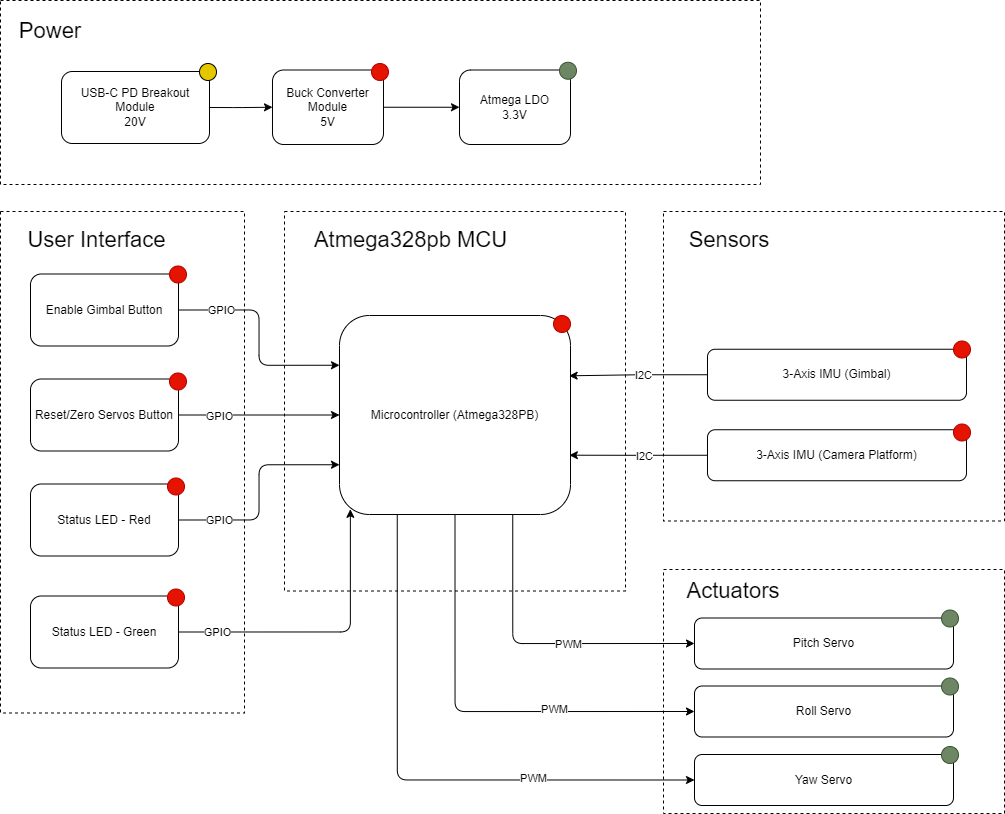
The draw.io diagram Images/System Block Diagram.drawio.png in upenn-embedded/final-project-s26-t10, before a commit. Source tidied: cells renumbered, new cells last; positions are measured from the earlier drawing's top-left corner, leaving out a move shared by most shapes.
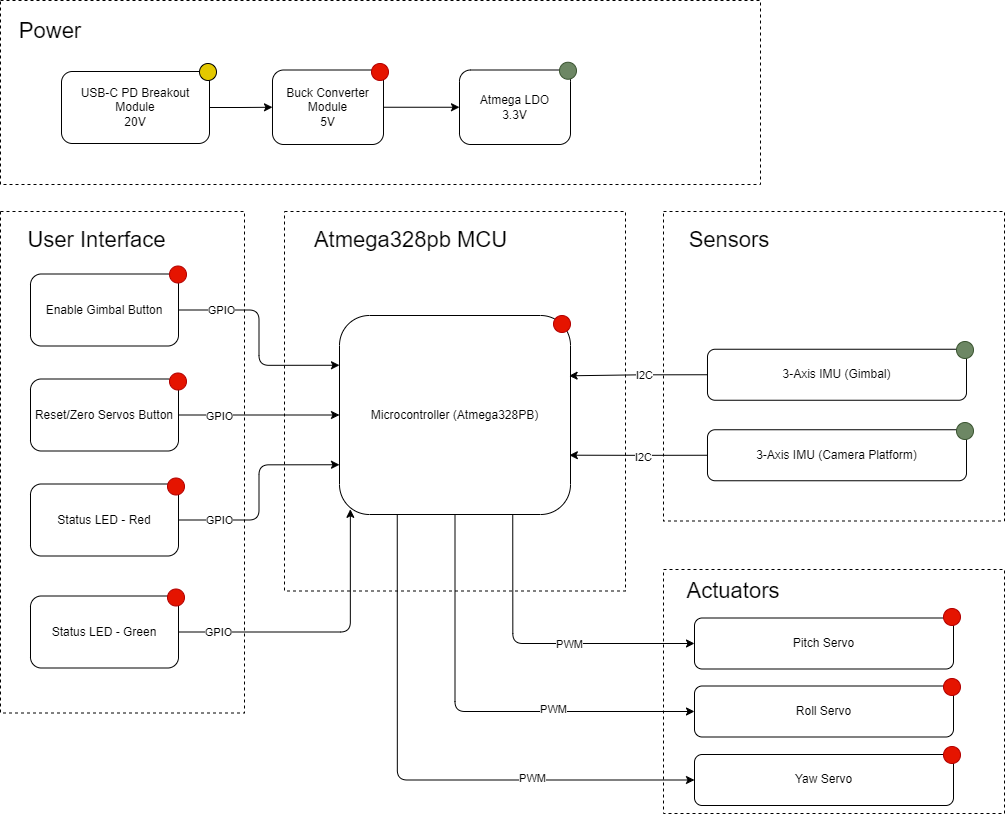
The same file after the commit.

Change to the diagram source:
```diff
@@ -134,27 +134,15 @@
     <mxCell id="43" value="&lt;div&gt;Pitch Servo&lt;/div&gt;" style="rounded=1;whiteSpace=wrap;html=1;" parent="1" vertex="1">
       <mxGeometry x="694" y="617.5" width="259" height="51" as="geometry" />
     </mxCell>
-    <mxCell id="44" style="ellipse;whiteSpace=wrap;html=1;fillColor=#e51400;fontColor=#ffffff;strokeColor=#B20000;" parent="1" vertex="1">
-      <mxGeometry x="953" y="340.5" width="17" height="17" as="geometry" />
-    </mxCell>
-    <mxCell id="45" style="ellipse;whiteSpace=wrap;html=1;fillColor=#e51400;fontColor=#ffffff;strokeColor=#B20000;" parent="1" vertex="1">
-      <mxGeometry x="953" y="423.5" width="17" height="17" as="geometry" />
-    </mxCell>
     <mxCell id="46" value="Atmega LDO&lt;div&gt;3.3V&lt;/div&gt;" style="rounded=1;whiteSpace=wrap;html=1;" parent="1" vertex="1">
       <mxGeometry x="459" y="69.5" width="111" height="74.5" as="geometry" />
     </mxCell>
     <mxCell id="47" style="ellipse;whiteSpace=wrap;html=1;fillColor=#6d8764;fontColor=#ffffff;strokeColor=#3A5431;" parent="1" vertex="1">
       <mxGeometry x="559" y="61.8" width="17" height="17" as="geometry" />
     </mxCell>
-    <mxCell id="48" style="ellipse;whiteSpace=wrap;html=1;fillColor=#6d8764;fontColor=#ffffff;strokeColor=#3A5431;" parent="1" vertex="1">
-      <mxGeometry x="941" y="609.5" width="17" height="17" as="geometry" />
-    </mxCell>
     <mxCell id="49" value="&lt;div&gt;Roll Servo&lt;/div&gt;" style="rounded=1;whiteSpace=wrap;html=1;" parent="1" vertex="1">
       <mxGeometry x="694" y="685.5" width="259" height="51" as="geometry" />
     </mxCell>
-    <mxCell id="50" style="ellipse;whiteSpace=wrap;html=1;fillColor=#6d8764;fontColor=#ffffff;strokeColor=#3A5431;" parent="1" vertex="1">
-      <mxGeometry x="941" y="677.5" width="17" height="17" as="geometry" />
-    </mxCell>
     <mxCell id="51" style="edgeStyle=orthogonalEdgeStyle;jettySize=auto;html=1;exitX=1;exitY=0.5;exitDx=0;exitDy=0;entryX=0.047;entryY=0.974;entryDx=0;entryDy=0;entryPerimeter=0;" parent="1" edge="1" source="53" target="33">
       <mxGeometry relative="1" as="geometry" />
     </mxCell>
@@ -175,8 +163,20 @@
     <mxCell id="56" value="&lt;div&gt;Yaw Servo&lt;/div&gt;" style="rounded=1;whiteSpace=wrap;html=1;" parent="1" vertex="1">
       <mxGeometry x="694" y="754" width="259" height="51" as="geometry" />
     </mxCell>
-    <mxCell id="57" style="ellipse;whiteSpace=wrap;html=1;fillColor=#6d8764;fontColor=#ffffff;strokeColor=#3A5431;" parent="1" vertex="1">
-      <mxGeometry x="941" y="746" width="17" height="17" as="geometry" />
-    </mxCell>
+    <mxCell id="58" style="ellipse;whiteSpace=wrap;html=1;fillColor=#e51400;fontColor=#ffffff;strokeColor=#B20000;" parent="1" vertex="1">
+      <mxGeometry x="943" y="608" width="17" height="17" as="geometry" />
+    </mxCell>
+    <mxCell id="59" style="ellipse;whiteSpace=wrap;html=1;fillColor=#e51400;fontColor=#ffffff;strokeColor=#B20000;" parent="1" vertex="1">
+      <mxGeometry x="943" y="678" width="17" height="17" as="geometry" />
+    </mxCell>
+    <mxCell id="60" style="ellipse;whiteSpace=wrap;html=1;fillColor=#e51400;fontColor=#ffffff;strokeColor=#B20000;" parent="1" vertex="1">
+      <mxGeometry x="943" y="746" width="17" height="17" as="geometry" />
+    </mxCell>
+    <mxCell id="61" style="ellipse;whiteSpace=wrap;html=1;fillColor=#6d8764;fontColor=#ffffff;strokeColor=#3A5431;" parent="1" vertex="1">
+      <mxGeometry x="956" y="341" width="17" height="17" as="geometry" />
+    </mxCell>
+    <mxCell id="62" style="ellipse;whiteSpace=wrap;html=1;fillColor=#6d8764;fontColor=#ffffff;strokeColor=#3A5431;" parent="1" vertex="1">
+      <mxGeometry x="956" y="422" width="17" height="17" as="geometry" />
+    </mxCell>
   </root>
 </mxGraphModel>
```
